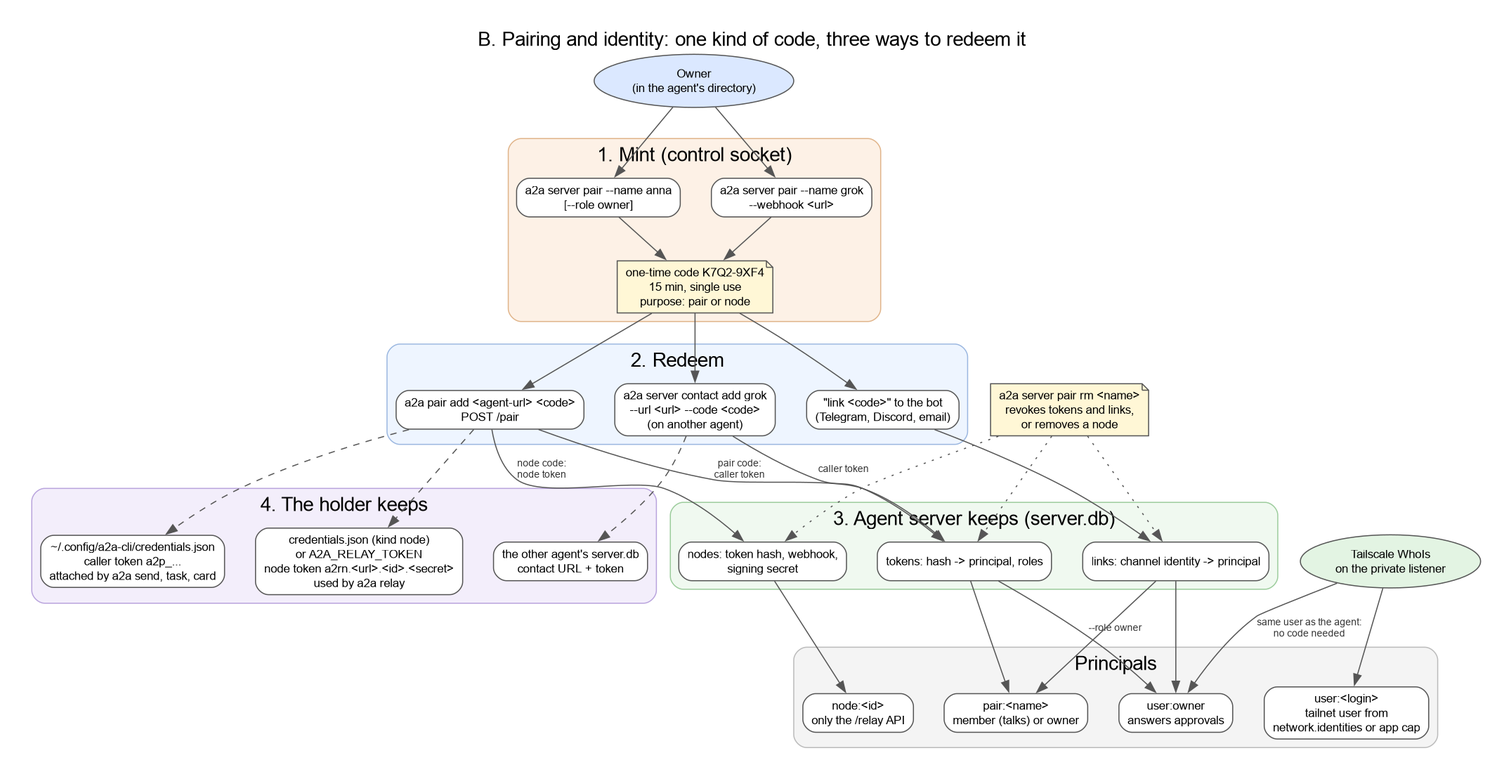
This is docs/graphs/agent-server-pairing.png from a2aproject/a2a-cli, a Graphviz export, as it was before one commit. Its source is kept beside it as docs/graphs/agent-server-pairing.dot.
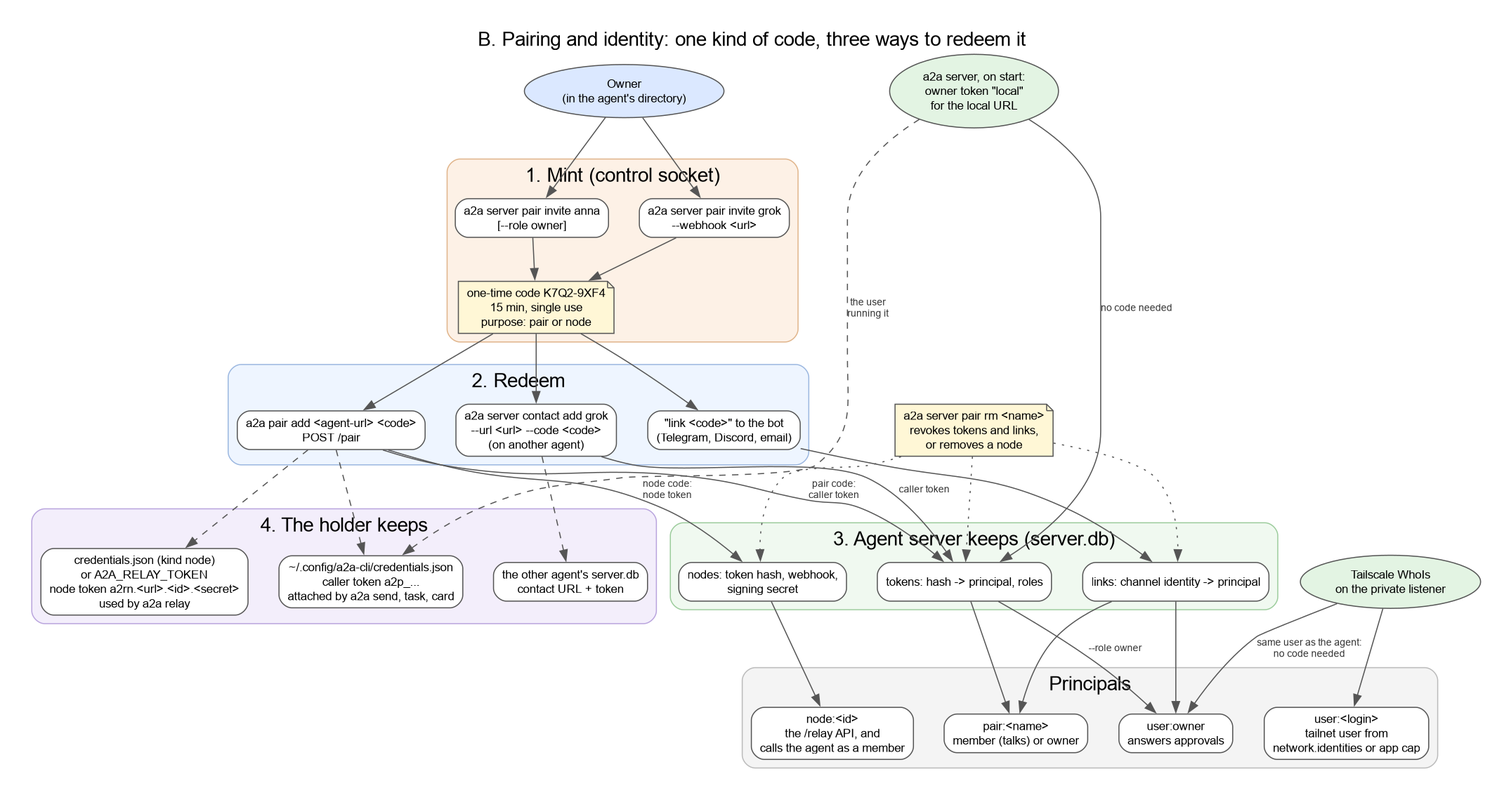
Above is the later version.

The edit, as a diff of the source:
```diff
@@ -9,8 +9,8 @@
 
   subgraph cluster_mint {
     label="1. Mint (control socket)"; style="rounded,filled"; fillcolor="#fdf1e6"; color="#e0b48a";
-    PairCaller [label="a2a server pair --name anna\n[--role owner]"];
-    PairNode   [label="a2a server pair --name grok\n--webhook <url>"];
+    PairCaller [label="a2a server pair invite anna\n[--role owner]"];
+    PairNode   [label="a2a server pair invite grok\n--webhook <url>"];
     Code       [label="one-time code K7Q2-9XF4\n15 min, single use\npurpose: pair or node", shape=note, fillcolor="#fff7d6"];
   }
 
@@ -40,10 +40,11 @@
     POwner  [label="user:owner\nanswers approvals"];
     PPair   [label="pair:<name>\nmember (talks) or owner"];
     PUser   [label="user:<login>\ntailnet user from\nnetwork.identities or app cap"];
-    PNode   [label="node:<id>\nonly the /relay API"];
+    PNode   [label="node:<id>\nthe /relay API, and\ncalls the agent as a member"];
   }
 
   Tailnet [label="Tailscale WhoIs\non the private listener", shape=ellipse, fillcolor="#e3f4e3"];
+  Start   [label="a2a server, on start:\nowner token \"local\"\nfor the local URL", shape=ellipse, fillcolor="#e3f4e3"];
 
   Owner -> PairCaller; Owner -> PairNode;
   PairCaller -> Code; PairNode -> Code;
@@ -60,6 +61,9 @@
   NodeT -> PNode;
   Tailnet -> POwner [label="same user as the agent:\nno code needed"];
   Tailnet -> PUser;
+  {rank=same; Owner; Start}
+  Start -> Tokens [label="no code needed"];
+  Start -> Creds [style=dashed, label="the user\nrunning it"];
 
   Revoke [label="a2a server pair rm <name>\nrevokes tokens and links,\nor removes a node", shape=note, fillcolor="#fff7d6"];
   Revoke -> Tokens [style=dotted]; Revoke -> Links [style=dotted]; Revoke -> NodeT [style=dotted];
```
